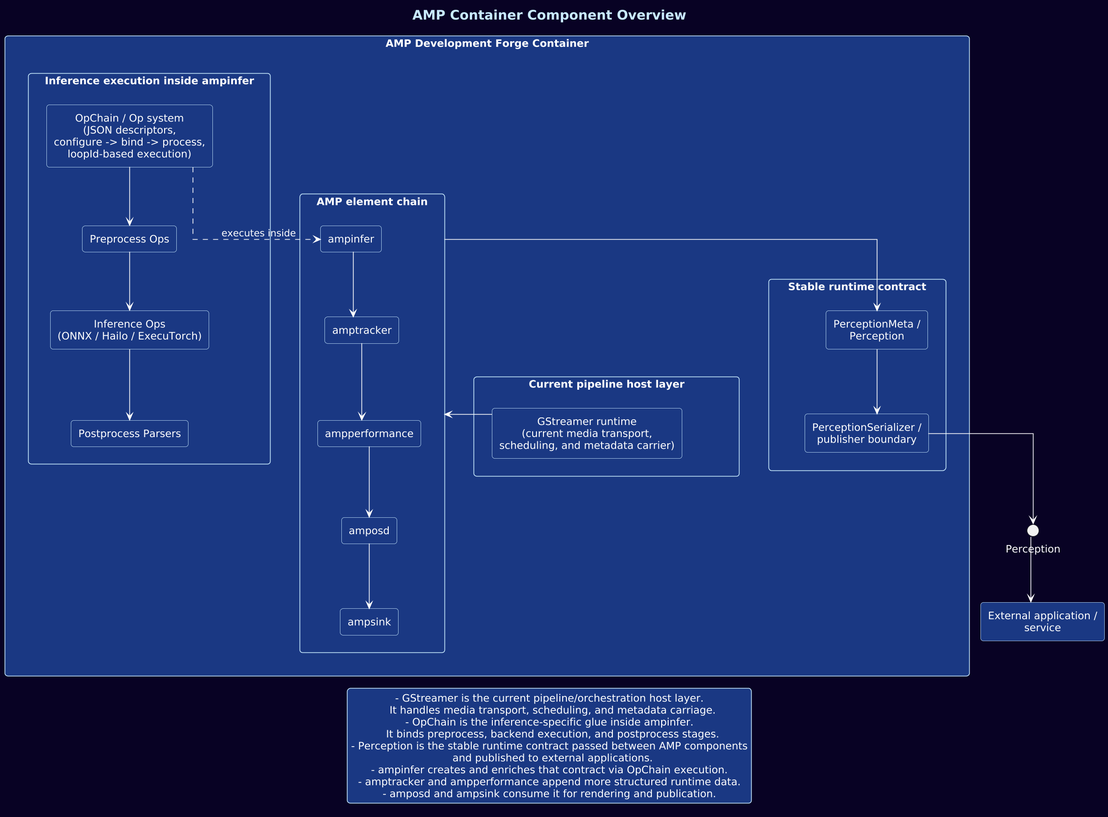
Before: docs/static/img/component-overview.png, a diagram exported from PlantUML (arm/open-perception-kit). Source of this version:
```plantuml
@startuml
!include amp-style.puml

title AMP Container Component Overview

top to bottom direction
skinparam packageStyle rectangle
skinparam componentStyle rectangle
skinparam ranksep 80
skinparam nodesep 70
skinparam linetype ortho

component "External application /\nservice" as External
interface "Perception" as IPerception

rectangle "AMP Development Forge Container" {
  package "AMP element chain" as CHAIN {
    component "ampinfer" as AMPINFER
    component "amptracker" as AMPTRACKER
    component "ampperformance" as AMPPERF
    component "amposd" as AMPOSD
    component "ampsink" as AMPSINK
  }

  package "Inference execution inside ampinfer" as INFERBOX {
    component "OpChain / Op system\n(JSON descriptors,\nconfigure -> bind -> process,\nloopId-based execution)" as OPC
    component "Preprocess Ops" as PRE
    component "Inference Ops\n(ONNX / Hailo / ExecuTorch)" as INF
    component "Postprocess Parsers" as POST
  }

  package "Stable runtime contract" as CONTRACT {
    component "PerceptionMeta /\nPerception" as PERC
    component "PerceptionSerializer /\npublisher boundary" as PERCSER
  }

  package "Current pipeline host layer" as HOST {
    component "GStreamer runtime\n(current media transport,\nscheduling, and metadata carrier)" as GST
  }
}

AMPINFER -down-> AMPTRACKER
AMPTRACKER -down-> AMPPERF
AMPPERF -down-> AMPOSD
AMPOSD -down-> AMPSINK

OPC -down-> PRE
PRE -down-> INF
INF -down-> POST
OPC ..> AMPINFER : executes inside

CHAIN --> PERC

PERC -down-> PERCSER
PERCSER -down-> IPerception
IPerception -down-> External

GST -up-> CHAIN

INFERBOX -[hidden]right-> CHAIN
CHAIN -[hidden]right-> CONTRACT
CHAIN -[hidden]down-> HOST
INFERBOX -[hidden]down-> HOST
CONTRACT -[hidden]down-> HOST
CONTRACT -[hidden]down-> IPerception
IPerception -[hidden]down-> External

legend bottom
- GStreamer is the current pipeline/orchestration host layer.
  It handles media transport, scheduling, and metadata carriage.
- OpChain is the inference-specific glue inside ampinfer.
  It binds preprocess, backend execution, and postprocess stages.
- Perception is the stable runtime contract passed between AMP components
  and published to external applications.
- ampinfer creates and enriches that contract via OpChain execution.
- amptracker and ampperformance append more structured runtime data.
- amposd and ampsink consume it for rendering and publication.
endlegend

@enduml
```
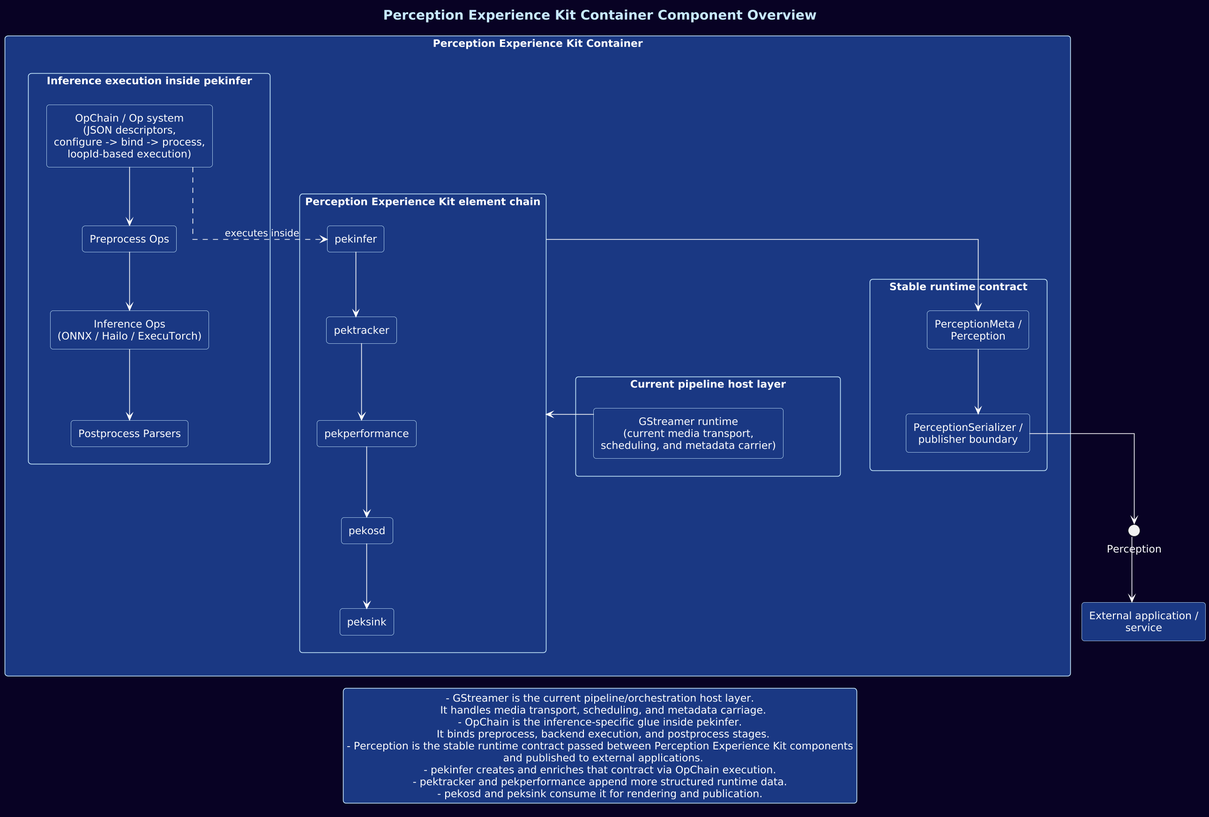
After the commit.

Diff of the diagram source:
```diff
@@ -1,7 +1,7 @@
 @startuml
-!include amp-style.puml
+!include pek-style.puml
 
-title AMP Container Component Overview
+title Perception Experience Kit Container Component Overview
 
 top to bottom direction
 skinparam packageStyle rectangle
@@ -13,16 +13,16 @@
 component "External application /\nservice" as External
 interface "Perception" as IPerception
 
-rectangle "AMP Development Forge Container" {
-  package "AMP element chain" as CHAIN {
-    component "ampinfer" as AMPINFER
-    component "amptracker" as AMPTRACKER
-    component "ampperformance" as AMPPERF
-    component "amposd" as AMPOSD
-    component "ampsink" as AMPSINK
+rectangle "Perception Experience Kit Container" {
+  package "Perception Experience Kit element chain" as CHAIN {
+    component "pekinfer" as PEKINFER
+    component "pektracker" as PEKTRACKER
+    component "pekperformance" as PEKPERF
+    component "pekosd" as PEKOSD
+    component "peksink" as PEKSINK
   }
 
-  package "Inference execution inside ampinfer" as INFERBOX {
+  package "Inference execution inside pekinfer" as INFERBOX {
     component "OpChain / Op system\n(JSON descriptors,\nconfigure -> bind -> process,\nloopId-based execution)" as OPC
     component "Preprocess Ops" as PRE
     component "Inference Ops\n(ONNX / Hailo / ExecuTorch)" as INF
@@ -39,15 +39,15 @@
   }
 }
 
-AMPINFER -down-> AMPTRACKER
-AMPTRACKER -down-> AMPPERF
-AMPPERF -down-> AMPOSD
-AMPOSD -down-> AMPSINK
+PEKINFER -down-> PEKTRACKER
+PEKTRACKER -down-> PEKPERF
+PEKPERF -down-> PEKOSD
+PEKOSD -down-> PEKSINK
 
 OPC -down-> PRE
 PRE -down-> INF
 INF -down-> POST
-OPC ..> AMPINFER : executes inside
+OPC ..> PEKINFER : executes inside
 
 CHAIN --> PERC
 
@@ -68,13 +68,13 @@
 legend bottom
 - GStreamer is the current pipeline/orchestration host layer.
   It handles media transport, scheduling, and metadata carriage.
-- OpChain is the inference-specific glue inside ampinfer.
+- OpChain is the inference-specific glue inside pekinfer.
   It binds preprocess, backend execution, and postprocess stages.
-- Perception is the stable runtime contract passed between AMP components
+- Perception is the stable runtime contract passed between Perception Experience Kit components
   and published to external applications.
-- ampinfer creates and enriches that contract via OpChain execution.
-- amptracker and ampperformance append more structured runtime data.
-- amposd and ampsink consume it for rendering and publication.
+- pekinfer creates and enriches that contract via OpChain execution.
+- pektracker and pekperformance append more structured runtime data.
+- pekosd and peksink consume it for rendering and publication.
 endlegend
 
 @enduml
```
